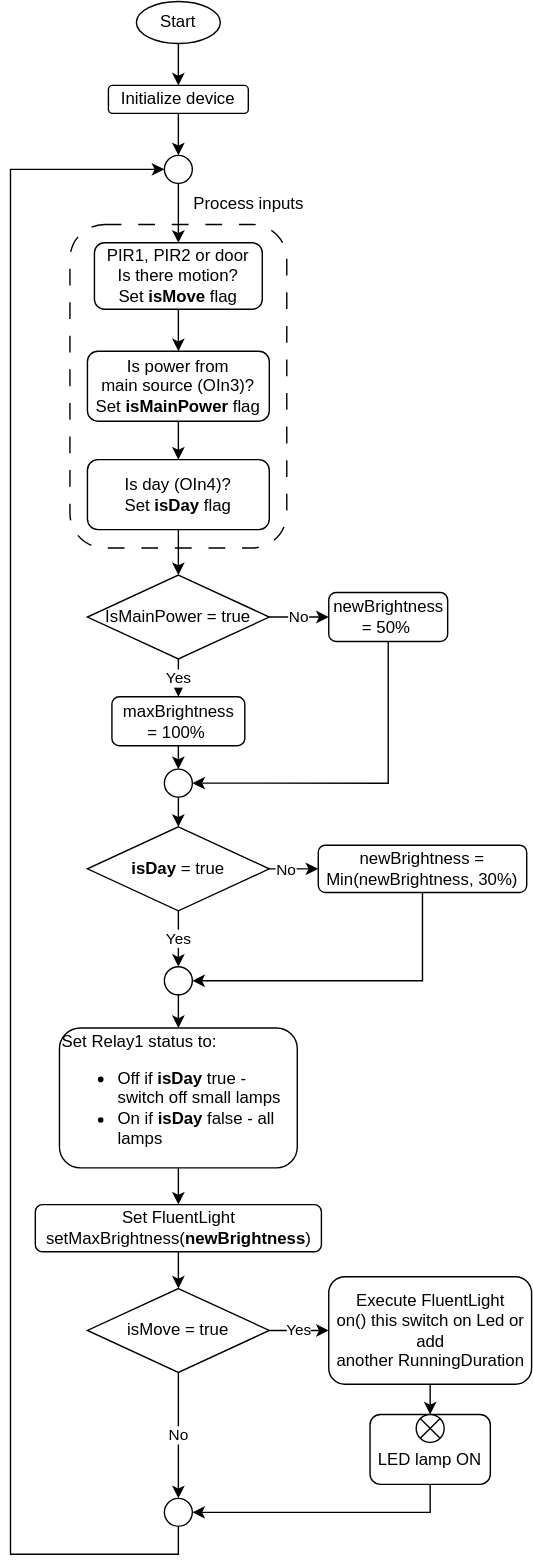
Above: doc/DeviceLogic-digram.svg in kovandzhiev/Corridor-device (draw.io), before the change. Source tidied: cells renumbered, new cells last; positions are measured from the earlier drawing's top-left corner, leaving out a move shared by most shapes. The source it was exported from:
```xml
<mxGraphModel>
  <root>
    <mxCell id="0" />
    <mxCell id="1" parent="0" />
    <mxCell id="2" style="rounded=1;whiteSpace=wrap;html=1;fillColor=none;arcSize=16;dashed=1;dashPattern=12 12;" parent="1" vertex="1">
      <mxGeometry x="42.5" y="159.4" width="155" height="231.2" as="geometry" />
    </mxCell>
    <mxCell id="3" style="edgeStyle=orthogonalEdgeStyle;rounded=0;jettySize=auto;html=1;exitX=0.5;exitY=1;exitDx=0;exitDy=0;" parent="1" edge="1" source="4" target="6">
      <mxGeometry relative="1" as="geometry" />
    </mxCell>
    <mxCell id="4" value="Start" style="ellipse;whiteSpace=wrap;html=1;" parent="1" vertex="1">
      <mxGeometry x="90" width="60" height="30" as="geometry" />
    </mxCell>
    <mxCell id="5" style="edgeStyle=orthogonalEdgeStyle;rounded=0;jettySize=auto;html=1;exitX=0.5;exitY=1;exitDx=0;exitDy=0;entryX=0.5;entryY=0;entryDx=0;entryDy=0;" parent="1" edge="1" source="6" target="10">
      <mxGeometry relative="1" as="geometry" />
    </mxCell>
    <mxCell id="6" value="Initialize device" style="rounded=1;whiteSpace=wrap;html=1;" parent="1" vertex="1">
      <mxGeometry x="70" y="60" width="100" height="20" as="geometry" />
    </mxCell>
    <mxCell id="7" style="edgeStyle=orthogonalEdgeStyle;rounded=0;jettySize=auto;html=1;exitX=0.5;exitY=1;exitDx=0;exitDy=0;entryX=0;entryY=0.5;entryDx=0;entryDy=0;" parent="1" edge="1" source="8" target="10">
      <mxGeometry relative="1" as="geometry">
        <Array as="points">
          <mxPoint x="120" y="1110" />
          <mxPoint y="1110" />
          <mxPoint y="120" />
        </Array>
      </mxGeometry>
    </mxCell>
    <mxCell id="8" style="ellipse;whiteSpace=wrap;html=1;" parent="1" vertex="1">
      <mxGeometry x="110" y="1070" width="20" height="20" as="geometry" />
    </mxCell>
    <mxCell id="9" style="edgeStyle=orthogonalEdgeStyle;rounded=0;jettySize=auto;html=1;exitX=0.5;exitY=1;exitDx=0;exitDy=0;entryX=0.5;entryY=0;entryDx=0;entryDy=0;" parent="1" edge="1" source="10" target="19">
      <mxGeometry relative="1" as="geometry" />
    </mxCell>
    <mxCell id="10" style="ellipse;whiteSpace=wrap;html=1;" parent="1" vertex="1">
      <mxGeometry x="110" y="110" width="20" height="20" as="geometry" />
    </mxCell>
    <mxCell id="11" value="Yes" style="edgeStyle=orthogonalEdgeStyle;rounded=0;jettySize=auto;html=1;exitX=0.5;exitY=1;exitDx=0;exitDy=0;entryX=0.5;entryY=0;entryDx=0;entryDy=0;" parent="1" edge="1" source="13" target="22">
      <mxGeometry relative="1" as="geometry" />
    </mxCell>
    <mxCell id="12" value="No" style="edgeStyle=orthogonalEdgeStyle;rounded=0;jettySize=auto;html=1;exitX=1;exitY=0.5;exitDx=0;exitDy=0;entryX=0;entryY=0.5;entryDx=0;entryDy=0;" parent="1" edge="1" source="13" target="24">
      <mxGeometry relative="1" as="geometry" />
    </mxCell>
    <mxCell id="13" value="IsMainPower = true" style="rhombus;whiteSpace=wrap;html=1;" parent="1" vertex="1">
      <mxGeometry x="55" y="410" width="130" height="60" as="geometry" />
    </mxCell>
    <mxCell id="14" style="edgeStyle=orthogonalEdgeStyle;rounded=0;jettySize=auto;html=1;exitX=0.5;exitY=1;exitDx=0;exitDy=0;entryX=0.5;entryY=0;entryDx=0;entryDy=0;" parent="1" edge="1" source="15" target="17">
      <mxGeometry relative="1" as="geometry" />
    </mxCell>
    <mxCell id="15" value="Is power from&lt;div&gt;main source (&lt;span style=&quot;background-color: initial;&quot;&gt;OIn3)?&lt;/span&gt;&lt;/div&gt;&lt;div&gt;&lt;span style=&quot;background-color: initial;&quot;&gt;Set &lt;b&gt;isMainPower&lt;/b&gt; flag&lt;/span&gt;&lt;/div&gt;" style="rounded=1;whiteSpace=wrap;html=1;" parent="1" vertex="1">
      <mxGeometry x="55" y="250" width="130" height="50" as="geometry" />
    </mxCell>
    <mxCell id="16" style="edgeStyle=orthogonalEdgeStyle;rounded=0;jettySize=auto;html=1;exitX=0.5;exitY=1;exitDx=0;exitDy=0;entryX=0.5;entryY=0;entryDx=0;entryDy=0;" parent="1" edge="1" source="17" target="13">
      <mxGeometry relative="1" as="geometry" />
    </mxCell>
    <mxCell id="17" value="Is day&lt;span style=&quot;background-color: initial;&quot;&gt;&amp;nbsp;(&lt;/span&gt;&lt;span style=&quot;background-color: initial;&quot;&gt;OIn4)?&lt;/span&gt;&lt;div&gt;&lt;span style=&quot;background-color: initial;&quot;&gt;Set &lt;b&gt;isDay&lt;/b&gt; flag&lt;/span&gt;&lt;/div&gt;" style="rounded=1;whiteSpace=wrap;html=1;" parent="1" vertex="1">
      <mxGeometry x="55" y="327.5" width="130" height="50" as="geometry" />
    </mxCell>
    <mxCell id="18" style="edgeStyle=orthogonalEdgeStyle;rounded=0;jettySize=auto;html=1;exitX=0.5;exitY=1;exitDx=0;exitDy=0;entryX=0.5;entryY=0;entryDx=0;entryDy=0;" parent="1" edge="1" source="19" target="15">
      <mxGeometry relative="1" as="geometry" />
    </mxCell>
    <mxCell id="19" value="PIR1, PIR2 or door&lt;div&gt;Is there motion?&lt;/div&gt;&lt;div&gt;Set &lt;b&gt;isMove&lt;/b&gt;&amp;nbsp;flag&lt;/div&gt;" style="rounded=1;whiteSpace=wrap;html=1;" parent="1" vertex="1">
      <mxGeometry x="60" y="172.5" width="120" height="47.5" as="geometry" />
    </mxCell>
    <mxCell id="20" value="Process inputs" style="text;html=1;align=center;verticalAlign=middle;strokeColor=none;fillColor=none;" parent="1" vertex="1">
      <mxGeometry x="120" y="130" width="100" height="30" as="geometry" />
    </mxCell>
    <mxCell id="21" style="edgeStyle=orthogonalEdgeStyle;rounded=0;jettySize=auto;html=1;exitX=0.5;exitY=1;exitDx=0;exitDy=0;entryX=0.5;entryY=0;entryDx=0;entryDy=0;" parent="1" edge="1" source="22" target="26">
      <mxGeometry relative="1" as="geometry" />
    </mxCell>
    <mxCell id="22" value="maxBrightness =&lt;span style=&quot;background-color: initial;&quot;&gt;&amp;nbsp;100%&amp;nbsp;&lt;/span&gt;" style="rounded=1;whiteSpace=wrap;html=1;" parent="1" vertex="1">
      <mxGeometry x="72.5" y="497" width="95" height="35" as="geometry" />
    </mxCell>
    <mxCell id="23" style="edgeStyle=orthogonalEdgeStyle;rounded=0;jettySize=auto;html=1;exitX=0.5;exitY=1;exitDx=0;exitDy=0;entryX=1;entryY=0.5;entryDx=0;entryDy=0;" parent="1" edge="1" source="24" target="26">
      <mxGeometry relative="1" as="geometry" />
    </mxCell>
    <mxCell id="24" value="newBrightness =&lt;span style=&quot;background-color: initial;&quot;&gt;&amp;nbsp;50%&amp;nbsp;&lt;/span&gt;" style="rounded=1;whiteSpace=wrap;html=1;" parent="1" vertex="1">
      <mxGeometry x="227.5" y="422.5" width="85" height="35" as="geometry" />
    </mxCell>
    <mxCell id="25" style="edgeStyle=orthogonalEdgeStyle;rounded=0;jettySize=auto;html=1;exitX=0.5;exitY=1;exitDx=0;exitDy=0;entryX=0.5;entryY=0;entryDx=0;entryDy=0;" parent="1" edge="1" source="26" target="30">
      <mxGeometry relative="1" as="geometry" />
    </mxCell>
    <mxCell id="26" style="ellipse;whiteSpace=wrap;html=1;" parent="1" vertex="1">
      <mxGeometry x="110" y="548.8" width="20" height="20" as="geometry" />
    </mxCell>
    <mxCell id="27" value="Yes" style="edgeStyle=orthogonalEdgeStyle;rounded=0;jettySize=auto;html=1;exitX=0.5;exitY=1;exitDx=0;exitDy=0;entryX=0.5;entryY=0;entryDx=0;entryDy=0;" parent="1" edge="1" source="30" target="37">
      <mxGeometry relative="1" as="geometry" />
    </mxCell>
    <mxCell id="28" style="edgeStyle=orthogonalEdgeStyle;rounded=0;jettySize=auto;html=1;exitX=1;exitY=0.5;exitDx=0;exitDy=0;" parent="1" edge="1" source="30" target="35">
      <mxGeometry relative="1" as="geometry" />
    </mxCell>
    <mxCell id="29" value="No" style="edgeLabel;html=1;align=center;verticalAlign=middle;" parent="28" vertex="1">
      <mxGeometry x="-0.51" relative="1" as="geometry" />
    </mxCell>
    <mxCell id="30" value="&lt;b&gt;isDay&lt;/b&gt; = true" style="rhombus;whiteSpace=wrap;html=1;" parent="1" vertex="1">
      <mxGeometry x="55" y="590" width="130" height="60" as="geometry" />
    </mxCell>
    <mxCell id="31" value="Yes" style="edgeStyle=orthogonalEdgeStyle;rounded=0;jettySize=auto;html=1;exitX=1;exitY=0.5;exitDx=0;exitDy=0;entryX=0;entryY=0.5;entryDx=0;entryDy=0;" parent="1" edge="1" source="33" target="43">
      <mxGeometry relative="1" as="geometry" />
    </mxCell>
    <mxCell id="32" value="No" style="edgeStyle=orthogonalEdgeStyle;rounded=0;jettySize=auto;html=1;exitX=0.5;exitY=1;exitDx=0;exitDy=0;" parent="1" edge="1" source="33" target="8">
      <mxGeometry relative="1" as="geometry" />
    </mxCell>
    <mxCell id="33" value="isMove = true" style="rhombus;whiteSpace=wrap;html=1;" parent="1" vertex="1">
      <mxGeometry x="55" y="920" width="130" height="60" as="geometry" />
    </mxCell>
    <mxCell id="34" style="edgeStyle=orthogonalEdgeStyle;rounded=0;jettySize=auto;html=1;exitX=0.5;exitY=1;exitDx=0;exitDy=0;entryX=1;entryY=0.5;entryDx=0;entryDy=0;" parent="1" edge="1" source="35" target="37">
      <mxGeometry relative="1" as="geometry" />
    </mxCell>
    <mxCell id="35" value="newBrightness = Min(newBrightness, 30%)" style="rounded=1;whiteSpace=wrap;html=1;" parent="1" vertex="1">
      <mxGeometry x="220" y="603.1" width="149" height="33.8" as="geometry" />
    </mxCell>
    <mxCell id="36" style="edgeStyle=orthogonalEdgeStyle;rounded=0;jettySize=auto;html=1;exitX=0.5;exitY=1;exitDx=0;exitDy=0;entryX=0.5;entryY=0;entryDx=0;entryDy=0;" parent="1" edge="1" source="37" target="39">
      <mxGeometry relative="1" as="geometry" />
    </mxCell>
    <mxCell id="37" style="ellipse;whiteSpace=wrap;html=1;" parent="1" vertex="1">
      <mxGeometry x="110" y="690" width="20" height="20" as="geometry" />
    </mxCell>
    <mxCell id="38" style="edgeStyle=orthogonalEdgeStyle;rounded=0;jettySize=auto;html=1;exitX=0.5;exitY=1;exitDx=0;exitDy=0;entryX=0.5;entryY=0;entryDx=0;entryDy=0;" parent="1" edge="1" source="39" target="41">
      <mxGeometry relative="1" as="geometry" />
    </mxCell>
    <mxCell id="39" value="&lt;div style=&quot;&quot;&gt;&lt;span style=&quot;background-color: transparent; color: light-dark(rgb(0, 0, 0), rgb(255, 255, 255));&quot;&gt;Set Relay1 status to:&lt;/span&gt;&lt;/div&gt;&lt;ul&gt;&lt;li&gt;&lt;span style=&quot;background-color: transparent; color: light-dark(rgb(0, 0, 0), rgb(255, 255, 255));&quot;&gt;Off if &lt;/span&gt;&lt;b style=&quot;background-color: transparent; color: light-dark(rgb(0, 0, 0), rgb(255, 255, 255));&quot;&gt;isDay&lt;/b&gt;&lt;span style=&quot;background-color: transparent; color: light-dark(rgb(0, 0, 0), rgb(255, 255, 255));&quot;&gt; true - switch off small lamps&lt;/span&gt;&lt;/li&gt;&lt;li&gt;&lt;span style=&quot;background-color: transparent; color: light-dark(rgb(0, 0, 0), rgb(255, 255, 255));&quot;&gt;On if &lt;/span&gt;&lt;b style=&quot;background-color: transparent; color: light-dark(rgb(0, 0, 0), rgb(255, 255, 255));&quot;&gt;isDay&lt;/b&gt;&lt;span style=&quot;background-color: transparent; color: light-dark(rgb(0, 0, 0), rgb(255, 255, 255));&quot;&gt; false - all lamps&lt;/span&gt;&lt;/li&gt;&lt;/ul&gt;" style="rounded=1;whiteSpace=wrap;html=1;align=left;" parent="1" vertex="1">
      <mxGeometry x="35" y="733.8" width="170" height="100" as="geometry" />
    </mxCell>
    <mxCell id="40" style="edgeStyle=orthogonalEdgeStyle;rounded=0;jettySize=auto;html=1;exitX=0.5;exitY=1;exitDx=0;exitDy=0;entryX=0.5;entryY=0;entryDx=0;entryDy=0;" parent="1" edge="1" source="41" target="33">
      <mxGeometry relative="1" as="geometry" />
    </mxCell>
    <mxCell id="41" value="Set FluentLight&lt;div&gt;setMaxBrightness(&lt;b&gt;newBrightness&lt;/b&gt;)&lt;/div&gt;" style="rounded=1;whiteSpace=wrap;html=1;" parent="1" vertex="1">
      <mxGeometry x="17.8" y="860" width="204.5" height="33.8" as="geometry" />
    </mxCell>
    <mxCell id="42" style="edgeStyle=orthogonalEdgeStyle;rounded=0;jettySize=auto;html=1;exitX=0.5;exitY=1;exitDx=0;exitDy=0;entryX=0.5;entryY=0;entryDx=0;entryDy=0;" parent="1" edge="1" source="43" target="46">
      <mxGeometry relative="1" as="geometry" />
    </mxCell>
    <mxCell id="43" value="Execute FluentLight&lt;div&gt;on() this switch on Led or add another&amp;nbsp;RunningDuration&lt;/div&gt;" style="rounded=1;whiteSpace=wrap;html=1;" parent="1" vertex="1">
      <mxGeometry x="227.5" y="911.6" width="145" height="76.9" as="geometry" />
    </mxCell>
    <mxCell id="44" style="group;" parent="1" vertex="1">
      <mxGeometry x="257" y="1010" width="86" height="50" as="geometry" />
    </mxCell>
    <mxCell id="45" value="&lt;br&gt;LED lamp ON" style="rounded=1;whiteSpace=wrap;html=1;" parent="44" vertex="1">
      <mxGeometry width="86" height="50" as="geometry" />
    </mxCell>
    <mxCell id="46" style="shape=sumEllipse;perimeter=ellipsePerimeter;whiteSpace=wrap;html=1;backgroundOutline=1;" parent="44" vertex="1">
      <mxGeometry x="33" width="20" height="20" as="geometry" />
    </mxCell>
    <mxCell id="47" style="edgeStyle=orthogonalEdgeStyle;rounded=0;jettySize=auto;html=1;exitX=0.5;exitY=1;exitDx=0;exitDy=0;entryX=1;entryY=0.5;entryDx=0;entryDy=0;" parent="1" edge="1" source="45" target="8">
      <mxGeometry relative="1" as="geometry" />
    </mxCell>
  </root>
</mxGraphModel>
```
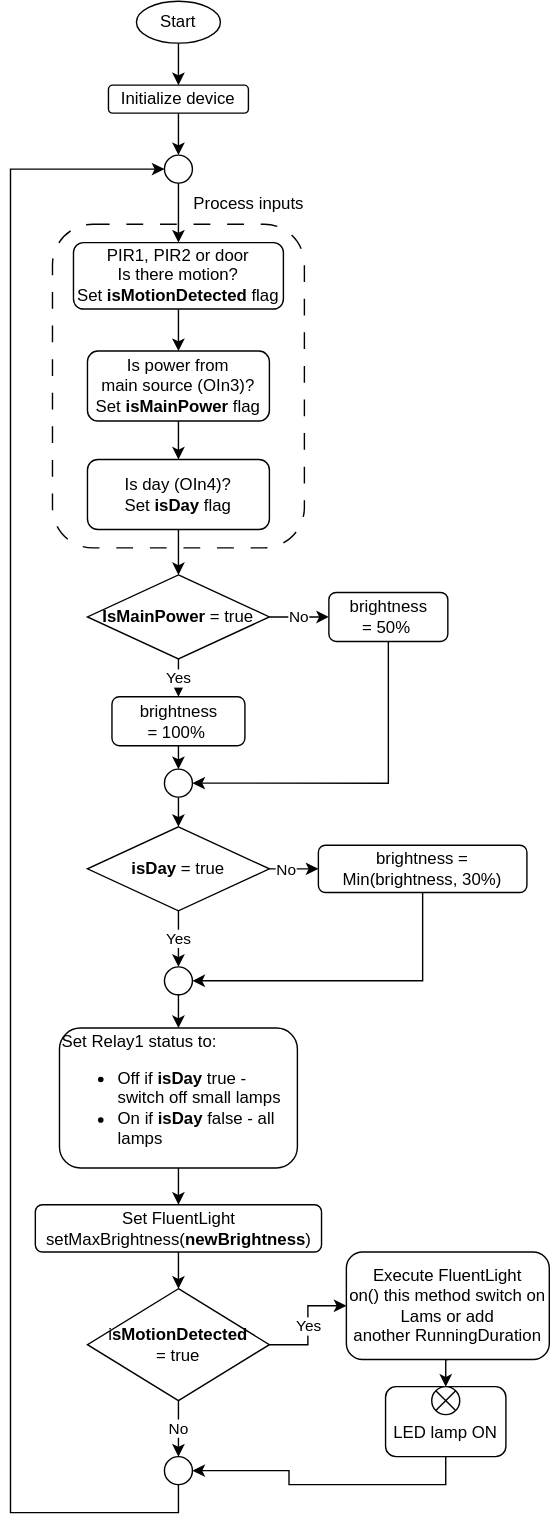
The same file after the commit.

Commit message:
Change diagrams, develop logic TBD

The edit, as a diff of the source:
```diff
@@ -3,7 +3,7 @@
     <mxCell id="0" />
     <mxCell id="1" parent="0" />
     <mxCell id="2" style="rounded=1;whiteSpace=wrap;html=1;fillColor=none;arcSize=16;dashed=1;dashPattern=12 12;" parent="1" vertex="1">
-      <mxGeometry x="42.5" y="159.4" width="155" height="231.2" as="geometry" />
+      <mxGeometry x="30" y="159.4" width="180" height="231.2" as="geometry" />
     </mxCell>
     <mxCell id="3" style="edgeStyle=orthogonalEdgeStyle;rounded=0;jettySize=auto;html=1;exitX=0.5;exitY=1;exitDx=0;exitDy=0;" parent="1" edge="1" source="4" target="6">
       <mxGeometry relative="1" as="geometry" />
@@ -20,14 +20,14 @@
     <mxCell id="7" style="edgeStyle=orthogonalEdgeStyle;rounded=0;jettySize=auto;html=1;exitX=0.5;exitY=1;exitDx=0;exitDy=0;entryX=0;entryY=0.5;entryDx=0;entryDy=0;" parent="1" edge="1" source="8" target="10">
       <mxGeometry relative="1" as="geometry">
         <Array as="points">
-          <mxPoint x="120" y="1110" />
-          <mxPoint y="1110" />
+          <mxPoint x="120" y="1080" />
+          <mxPoint y="1080" />
           <mxPoint y="120" />
         </Array>
       </mxGeometry>
     </mxCell>
     <mxCell id="8" style="ellipse;whiteSpace=wrap;html=1;" parent="1" vertex="1">
-      <mxGeometry x="110" y="1070" width="20" height="20" as="geometry" />
+      <mxGeometry x="110" y="1040" width="20" height="20" as="geometry" />
     </mxCell>
     <mxCell id="9" style="edgeStyle=orthogonalEdgeStyle;rounded=0;jettySize=auto;html=1;exitX=0.5;exitY=1;exitDx=0;exitDy=0;entryX=0.5;entryY=0;entryDx=0;entryDy=0;" parent="1" edge="1" source="10" target="19">
       <mxGeometry relative="1" as="geometry" />
@@ -41,7 +41,7 @@
     <mxCell id="12" value="No" style="edgeStyle=orthogonalEdgeStyle;rounded=0;jettySize=auto;html=1;exitX=1;exitY=0.5;exitDx=0;exitDy=0;entryX=0;entryY=0.5;entryDx=0;entryDy=0;" parent="1" edge="1" source="13" target="24">
       <mxGeometry relative="1" as="geometry" />
     </mxCell>
-    <mxCell id="13" value="IsMainPower = true" style="rhombus;whiteSpace=wrap;html=1;" parent="1" vertex="1">
+    <mxCell id="13" value="&lt;b&gt;IsMainPower&lt;/b&gt; = true" style="rhombus;whiteSpace=wrap;html=1;" parent="1" vertex="1">
       <mxGeometry x="55" y="410" width="130" height="60" as="geometry" />
     </mxCell>
     <mxCell id="14" style="edgeStyle=orthogonalEdgeStyle;rounded=0;jettySize=auto;html=1;exitX=0.5;exitY=1;exitDx=0;exitDy=0;entryX=0.5;entryY=0;entryDx=0;entryDy=0;" parent="1" edge="1" source="15" target="17">
@@ -59,8 +59,8 @@
     <mxCell id="18" style="edgeStyle=orthogonalEdgeStyle;rounded=0;jettySize=auto;html=1;exitX=0.5;exitY=1;exitDx=0;exitDy=0;entryX=0.5;entryY=0;entryDx=0;entryDy=0;" parent="1" edge="1" source="19" target="15">
       <mxGeometry relative="1" as="geometry" />
     </mxCell>
-    <mxCell id="19" value="PIR1, PIR2 or door&lt;div&gt;Is there motion?&lt;/div&gt;&lt;div&gt;Set &lt;b&gt;isMove&lt;/b&gt;&amp;nbsp;flag&lt;/div&gt;" style="rounded=1;whiteSpace=wrap;html=1;" parent="1" vertex="1">
-      <mxGeometry x="60" y="172.5" width="120" height="47.5" as="geometry" />
+    <mxCell id="19" value="PIR1, PIR2 or door&lt;div&gt;Is there motion?&lt;/div&gt;&lt;div&gt;Set &lt;b&gt;isMotionDetected&lt;/b&gt;&amp;nbsp;flag&lt;/div&gt;" style="rounded=1;whiteSpace=wrap;html=1;" parent="1" vertex="1">
+      <mxGeometry x="45" y="172.5" width="150" height="47.5" as="geometry" />
     </mxCell>
     <mxCell id="20" value="Process inputs" style="text;html=1;align=center;verticalAlign=middle;strokeColor=none;fillColor=none;" parent="1" vertex="1">
       <mxGeometry x="120" y="130" width="100" height="30" as="geometry" />
@@ -68,13 +68,13 @@
     <mxCell id="21" style="edgeStyle=orthogonalEdgeStyle;rounded=0;jettySize=auto;html=1;exitX=0.5;exitY=1;exitDx=0;exitDy=0;entryX=0.5;entryY=0;entryDx=0;entryDy=0;" parent="1" edge="1" source="22" target="26">
       <mxGeometry relative="1" as="geometry" />
     </mxCell>
-    <mxCell id="22" value="maxBrightness =&lt;span style=&quot;background-color: initial;&quot;&gt;&amp;nbsp;100%&amp;nbsp;&lt;/span&gt;" style="rounded=1;whiteSpace=wrap;html=1;" parent="1" vertex="1">
+    <mxCell id="22" value="brightness =&lt;span style=&quot;background-color: initial;&quot;&gt;&amp;nbsp;100%&amp;nbsp;&lt;/span&gt;" style="rounded=1;whiteSpace=wrap;html=1;" parent="1" vertex="1">
       <mxGeometry x="72.5" y="497" width="95" height="35" as="geometry" />
     </mxCell>
     <mxCell id="23" style="edgeStyle=orthogonalEdgeStyle;rounded=0;jettySize=auto;html=1;exitX=0.5;exitY=1;exitDx=0;exitDy=0;entryX=1;entryY=0.5;entryDx=0;entryDy=0;" parent="1" edge="1" source="24" target="26">
       <mxGeometry relative="1" as="geometry" />
     </mxCell>
-    <mxCell id="24" value="newBrightness =&lt;span style=&quot;background-color: initial;&quot;&gt;&amp;nbsp;50%&amp;nbsp;&lt;/span&gt;" style="rounded=1;whiteSpace=wrap;html=1;" parent="1" vertex="1">
+    <mxCell id="24" value="brightness =&lt;span style=&quot;background-color: initial;&quot;&gt;&amp;nbsp;50%&amp;nbsp;&lt;/span&gt;" style="rounded=1;whiteSpace=wrap;html=1;" parent="1" vertex="1">
       <mxGeometry x="227.5" y="422.5" width="85" height="35" as="geometry" />
     </mxCell>
     <mxCell id="25" style="edgeStyle=orthogonalEdgeStyle;rounded=0;jettySize=auto;html=1;exitX=0.5;exitY=1;exitDx=0;exitDy=0;entryX=0.5;entryY=0;entryDx=0;entryDy=0;" parent="1" edge="1" source="26" target="30">
@@ -101,13 +101,13 @@
     <mxCell id="32" value="No" style="edgeStyle=orthogonalEdgeStyle;rounded=0;jettySize=auto;html=1;exitX=0.5;exitY=1;exitDx=0;exitDy=0;" parent="1" edge="1" source="33" target="8">
       <mxGeometry relative="1" as="geometry" />
     </mxCell>
-    <mxCell id="33" value="isMove = true" style="rhombus;whiteSpace=wrap;html=1;" parent="1" vertex="1">
-      <mxGeometry x="55" y="920" width="130" height="60" as="geometry" />
+    <mxCell id="33" value="i&lt;b&gt;sMotionDetected&lt;/b&gt;&lt;div&gt;= true&lt;/div&gt;" style="rhombus;whiteSpace=wrap;html=1;" parent="1" vertex="1">
+      <mxGeometry x="55" y="920" width="130" height="80" as="geometry" />
     </mxCell>
     <mxCell id="34" style="edgeStyle=orthogonalEdgeStyle;rounded=0;jettySize=auto;html=1;exitX=0.5;exitY=1;exitDx=0;exitDy=0;entryX=1;entryY=0.5;entryDx=0;entryDy=0;" parent="1" edge="1" source="35" target="37">
       <mxGeometry relative="1" as="geometry" />
     </mxCell>
-    <mxCell id="35" value="newBrightness = Min(newBrightness, 30%)" style="rounded=1;whiteSpace=wrap;html=1;" parent="1" vertex="1">
+    <mxCell id="35" value="brightness = Min(brightness, 30%)" style="rounded=1;whiteSpace=wrap;html=1;" parent="1" vertex="1">
       <mxGeometry x="220" y="603.1" width="149" height="33.8" as="geometry" />
     </mxCell>
     <mxCell id="36" style="edgeStyle=orthogonalEdgeStyle;rounded=0;jettySize=auto;html=1;exitX=0.5;exitY=1;exitDx=0;exitDy=0;entryX=0.5;entryY=0;entryDx=0;entryDy=0;" parent="1" edge="1" source="37" target="39">
@@ -131,11 +131,11 @@
     <mxCell id="42" style="edgeStyle=orthogonalEdgeStyle;rounded=0;jettySize=auto;html=1;exitX=0.5;exitY=1;exitDx=0;exitDy=0;entryX=0.5;entryY=0;entryDx=0;entryDy=0;" parent="1" edge="1" source="43" target="46">
       <mxGeometry relative="1" as="geometry" />
     </mxCell>
-    <mxCell id="43" value="Execute FluentLight&lt;div&gt;on() this switch on Led or add another&amp;nbsp;RunningDuration&lt;/div&gt;" style="rounded=1;whiteSpace=wrap;html=1;" parent="1" vertex="1">
-      <mxGeometry x="227.5" y="911.6" width="145" height="76.9" as="geometry" />
+    <mxCell id="43" value="Execute FluentLight&lt;div&gt;on() this method switch on Lams or add another&amp;nbsp;RunningDuration&lt;/div&gt;" style="rounded=1;whiteSpace=wrap;html=1;" parent="1" vertex="1">
+      <mxGeometry x="240" y="893.7" width="145" height="76.9" as="geometry" />
     </mxCell>
     <mxCell id="44" style="group;" parent="1" vertex="1">
-      <mxGeometry x="257" y="1010" width="86" height="50" as="geometry" />
+      <mxGeometry x="268" y="990" width="86" height="50" as="geometry" />
     </mxCell>
     <mxCell id="45" value="&lt;br&gt;LED lamp ON" style="rounded=1;whiteSpace=wrap;html=1;" parent="44" vertex="1">
       <mxGeometry width="86" height="50" as="geometry" />
```
